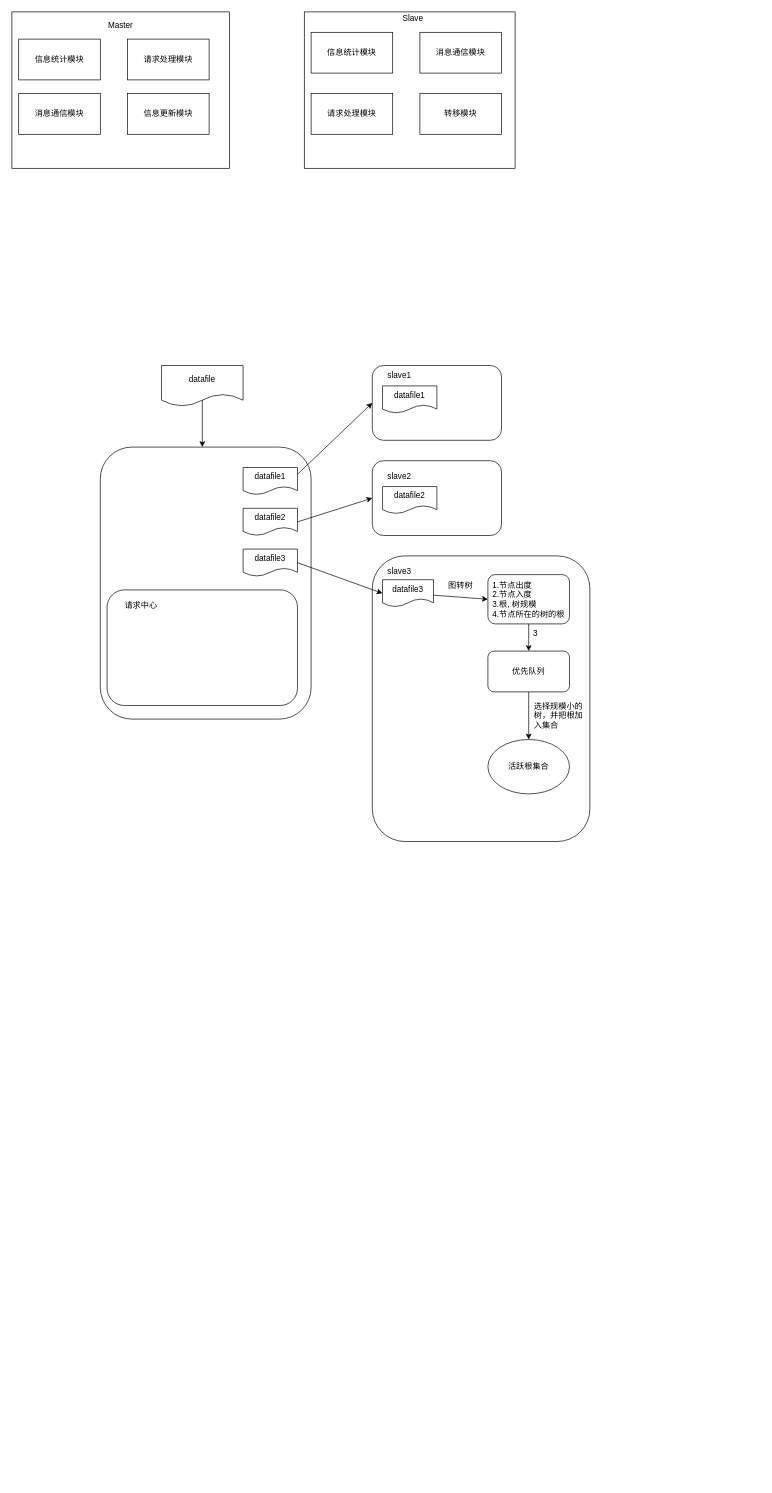
Earlier version of the draw.io diagram 图划分.drawio (ductina/233). Source tidied: cells renumbered, new cells numbered last; positions are measured from the earlier drawing's top-left corner, leaving out a move shared by most shapes. Both pictures are drawn from the tidied source at 68%, with x=0, y=0 at pixel (12, 12).
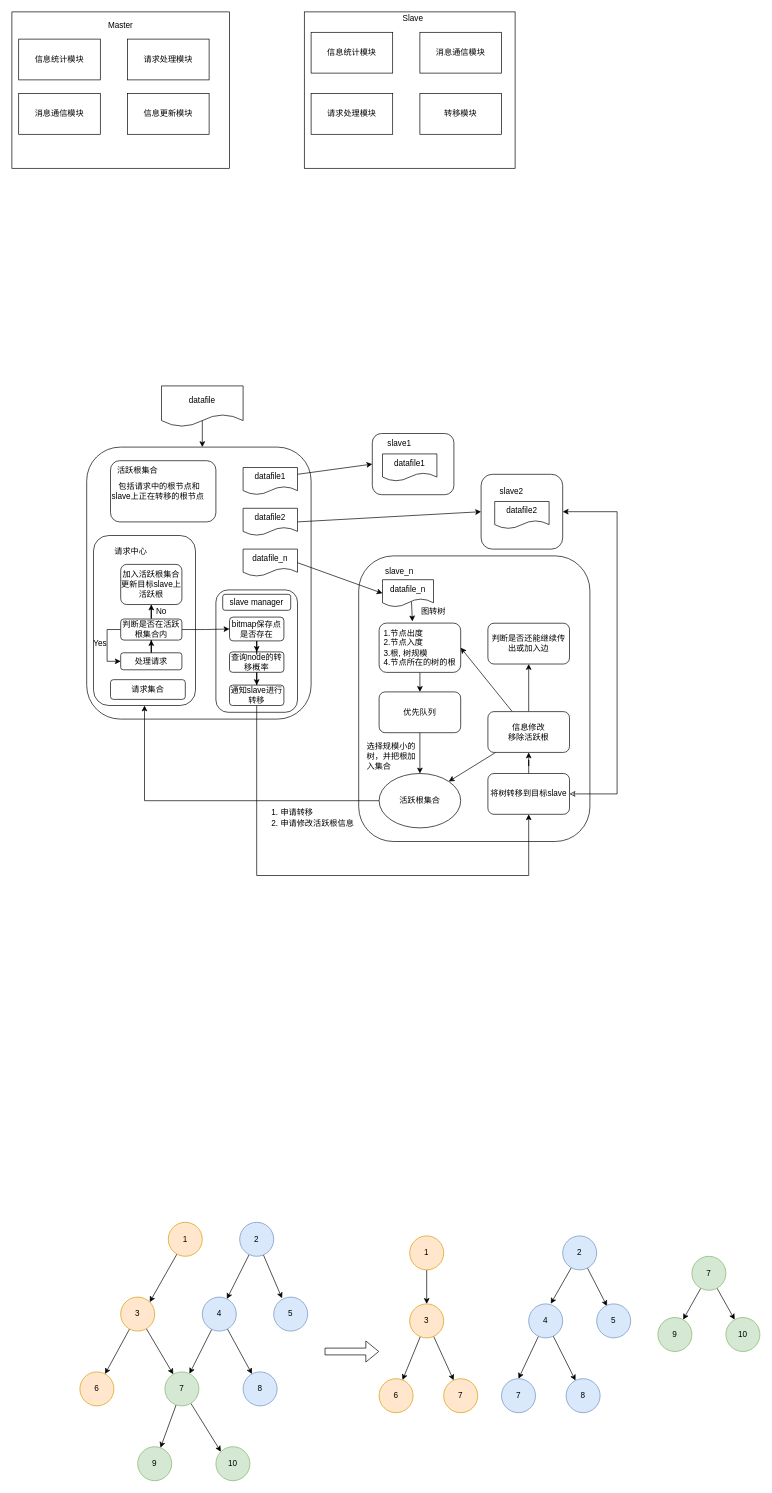
After the change.

What changed in the source:
```diff
@@
     <mxCell id="14" style="rounded=1;whiteSpace=wrap;html=1;" parent="1" vertex="1">
-      <mxGeometry x="130" y="640" width="310" height="400" as="geometry" />
+      <mxGeometry x="110" y="640" width="330" height="400" as="geometry" />
     </mxCell>
@@
     <mxCell id="16" value="datafile" style="shape=document;whiteSpace=wrap;html=1;boundedLbl=1;" parent="1" vertex="1">
-      <mxGeometry x="220" y="520" width="120" height="60" as="geometry" />
+      <mxGeometry x="220" y="550" width="120" height="60" as="geometry" />
     </mxCell>
@@
-    <mxCell id="21" value="datafile3" style="shape=document;whiteSpace=wrap;html=1;boundedLbl=1;" parent="1" vertex="1">
+    <mxCell id="21" value="datafile_n" style="shape=document;whiteSpace=wrap;html=1;boundedLbl=1;" parent="1" vertex="1">
       <mxGeometry x="340" y="790" width="80" height="40" as="geometry" />
     </mxCell>
     <mxCell id="22" style="rounded=1;whiteSpace=wrap;html=1;" parent="1" vertex="1">
-      <mxGeometry x="530" y="520" width="190" height="110" as="geometry" />
+      <mxGeometry x="530" y="620" width="120" height="90" as="geometry" />
     </mxCell>
     <mxCell id="23" value="slave1" style="text;html=1;strokeColor=none;fillColor=none;align=center;verticalAlign=middle;whiteSpace=wrap;rounded=0;" parent="1" vertex="1">
-      <mxGeometry x="540" y="520" width="60" height="30" as="geometry" />
+      <mxGeometry x="540" y="620" width="60" height="30" as="geometry" />
     </mxCell>
     <mxCell id="24" style="rounded=1;whiteSpace=wrap;html=1;" parent="1" vertex="1">
-      <mxGeometry x="530" y="660" width="190" height="110" as="geometry" />
+      <mxGeometry x="690" y="680" width="120" height="110" as="geometry" />
     </mxCell>
     <mxCell id="25" value="slave2" style="text;html=1;strokeColor=none;fillColor=none;align=center;verticalAlign=middle;whiteSpace=wrap;rounded=0;" parent="1" vertex="1">
-      <mxGeometry x="540" y="668" width="60" height="30" as="geometry" />
+      <mxGeometry x="705" y="690" width="60" height="30" as="geometry" />
     </mxCell>
     <mxCell id="26" style="rounded=1;whiteSpace=wrap;html=1;" parent="1" vertex="1">
-      <mxGeometry x="530" y="800" width="320" height="420" as="geometry" />
+      <mxGeometry x="510" y="800" width="340" height="420" as="geometry" />
     </mxCell>
-    <mxCell id="27" value="slave3" style="text;html=1;strokeColor=none;fillColor=none;align=center;verticalAlign=middle;whiteSpace=wrap;rounded=0;" parent="1" vertex="1">
+    <mxCell id="27" value="slave_n" style="text;html=1;strokeColor=none;fillColor=none;align=center;verticalAlign=middle;whiteSpace=wrap;rounded=0;" parent="1" vertex="1">
       <mxGeometry x="540" y="808" width="60" height="30" as="geometry" />
     </mxCell>
     <mxCell id="28" value="datafile1" style="shape=document;whiteSpace=wrap;html=1;boundedLbl=1;" parent="1" vertex="1">
-      <mxGeometry x="545" y="550" width="80" height="40" as="geometry" />
+      <mxGeometry x="545" y="650" width="80" height="40" as="geometry" />
     </mxCell>
     <mxCell id="29" value="datafile2" style="shape=document;whiteSpace=wrap;html=1;boundedLbl=1;" parent="1" vertex="1">
-      <mxGeometry x="545" y="698" width="80" height="40" as="geometry" />
+      <mxGeometry x="710" y="720" width="80" height="40" as="geometry" />
     </mxCell>
-    <mxCell id="30" style="edgeStyle=none;rounded=0;jettySize=auto;html=1;entryX=0;entryY=0.5;entryDx=0;entryDy=0;" parent="1" edge="1" source="31" target="33">
+    <mxCell id="30" style="edgeStyle=none;rounded=0;jettySize=auto;html=1;entryX=0.408;entryY=-0.034;entryDx=0;entryDy=0;entryPerimeter=0;exitX=0.569;exitY=0.81;exitDx=0;exitDy=0;exitPerimeter=0;" parent="1" edge="1" source="31" target="33">
       <mxGeometry relative="1" as="geometry" />
     </mxCell>
-    <mxCell id="31" value="datafile3" style="shape=document;whiteSpace=wrap;html=1;boundedLbl=1;" parent="1" vertex="1">
+    <mxCell id="31" value="datafile_n" style="shape=document;whiteSpace=wrap;html=1;boundedLbl=1;" parent="1" vertex="1">
       <mxGeometry x="545" y="835" width="75" height="40" as="geometry" />
     </mxCell>
@@
     <mxCell id="33" value="&lt;div style=&quot;text-align: left&quot;&gt;&lt;span&gt;1.节点出度&lt;/span&gt;&lt;/div&gt;&lt;span&gt;&lt;div style=&quot;text-align: left&quot;&gt;&lt;span&gt;2.节点入度&lt;/span&gt;&lt;/div&gt;&lt;/span&gt;&lt;div style=&quot;text-align: left&quot;&gt;&lt;span&gt;3.根, 树规模&lt;/span&gt;&lt;/div&gt;&lt;div style=&quot;text-align: left&quot;&gt;&lt;span&gt;4.节点所在的树的根&lt;/span&gt;&lt;/div&gt;" style="rounded=1;whiteSpace=wrap;html=1;" parent="1" vertex="1">
-      <mxGeometry x="700" y="827.5" width="120" height="72.5" as="geometry" />
+      <mxGeometry x="540" y="898.8" width="120" height="72.5" as="geometry" />
     </mxCell>
     <mxCell id="34" value="图转树" style="text;html=1;strokeColor=none;fillColor=none;align=center;verticalAlign=middle;whiteSpace=wrap;rounded=0;" parent="1" vertex="1">
-      <mxGeometry x="630" y="828" width="60" height="30" as="geometry" />
+      <mxGeometry x="590" y="866.5" width="60" height="30" as="geometry" />
     </mxCell>
+    <mxCell id="43" style="edgeStyle=orthogonalEdgeStyle;rounded=0;jettySize=auto;html=1;entryX=0.5;entryY=1;entryDx=0;entryDy=0;" parent="1" edge="1" source="35" target="41">
+      <mxGeometry relative="1" as="geometry" />
+    </mxCell>
     <mxCell id="35" value="活跃根集合" style="ellipse;whiteSpace=wrap;html=1;" parent="1" vertex="1">
-      <mxGeometry x="700" y="1070" width="120" height="80" as="geometry" />
+      <mxGeometry x="540" y="1120" width="120" height="80" as="geometry" />
     </mxCell>
@@
     <mxCell id="37" value="优先队列" style="rounded=1;whiteSpace=wrap;html=1;" parent="1" vertex="1">
-      <mxGeometry x="700" y="940" width="120" height="60" as="geometry" />
+      <mxGeometry x="540" y="1000" width="120" height="60" as="geometry" />
     </mxCell>
-    <mxCell id="38" value="3" style="text;html=1;strokeColor=none;fillColor=none;align=center;verticalAlign=middle;whiteSpace=wrap;rounded=0;" parent="1" vertex="1">
-      <mxGeometry x="740" y="900" width="60" height="30" as="geometry" />
-    </mxCell>
     <mxCell id="39" value="选择规模小的树，并把根加入集合" style="text;html=1;strokeColor=none;fillColor=none;align=left;verticalAlign=middle;whiteSpace=wrap;rounded=0;" parent="1" vertex="1">
-      <mxGeometry x="766" y="1020" width="80" height="30" as="geometry" />
+      <mxGeometry x="520" y="1080" width="80" height="30" as="geometry" />
     </mxCell>
@@
     <mxCell id="41" style="rounded=1;whiteSpace=wrap;html=1;" parent="1" vertex="1">
-      <mxGeometry x="140" y="850" width="280" height="170" as="geometry" />
+      <mxGeometry x="120" y="770" width="150" height="250" as="geometry" />
     </mxCell>
     <mxCell id="42" value="请求中心" style="text;html=1;strokeColor=none;fillColor=none;align=center;verticalAlign=middle;whiteSpace=wrap;rounded=0;" parent="1" vertex="1">
-      <mxGeometry x="160" y="858" width="60" height="30" as="geometry" />
+      <mxGeometry x="145" y="778" width="60" height="30" as="geometry" />
     </mxCell>
+    <mxCell id="44" value="1. 申请转移&lt;br&gt;2. 申请修改活跃根信息" style="text;html=1;strokeColor=none;fillColor=none;align=left;verticalAlign=middle;whiteSpace=wrap;rounded=0;" parent="1" vertex="1">
+      <mxGeometry x="380" y="1170" width="130" height="30" as="geometry" />
+    </mxCell>
+    <mxCell id="45" style="edgeStyle=orthogonalEdgeStyle;rounded=0;jettySize=auto;html=1;entryX=0.5;entryY=1;entryDx=0;entryDy=0;" parent="1" edge="1" source="46" target="53">
+      <mxGeometry relative="1" as="geometry" />
+    </mxCell>
+    <mxCell id="46" value="处理请求" style="rounded=1;whiteSpace=wrap;html=1;" parent="1" vertex="1">
+      <mxGeometry x="160" y="942.5" width="90" height="25" as="geometry" />
+    </mxCell>
+    <mxCell id="47" value="&amp;nbsp; &amp;nbsp;包括请求中的根节点和slave上正在转移的根节点" style="rounded=1;whiteSpace=wrap;html=1;align=left;" parent="1" vertex="1">
+      <mxGeometry x="145" y="660" width="155" height="90" as="geometry" />
+    </mxCell>
+    <mxCell id="48" style="rounded=1;whiteSpace=wrap;html=1;" parent="1" vertex="1">
+      <mxGeometry x="300" y="850" width="120" height="180" as="geometry" />
+    </mxCell>
+    <mxCell id="49" value="slave manager" style="rounded=1;whiteSpace=wrap;html=1;" parent="1" vertex="1">
+      <mxGeometry x="310" y="856.5" width="100" height="23.5" as="geometry" />
+    </mxCell>
+    <mxCell id="50" style="edgeStyle=orthogonalEdgeStyle;rounded=0;jettySize=auto;html=1;entryX=0;entryY=0.5;entryDx=0;entryDy=0;" parent="1" edge="1" source="53" target="63">
+      <mxGeometry relative="1" as="geometry" />
+    </mxCell>
+    <mxCell id="51" style="edgeStyle=orthogonalEdgeStyle;rounded=0;jettySize=auto;html=1;" parent="1" edge="1" source="53" target="57">
+      <mxGeometry relative="1" as="geometry" />
+    </mxCell>
+    <mxCell id="52" style="edgeStyle=orthogonalEdgeStyle;rounded=0;jettySize=auto;html=1;entryX=0;entryY=0.5;entryDx=0;entryDy=0;" parent="1" edge="1" source="53" target="46">
+      <mxGeometry relative="1" as="geometry">
+        <Array as="points">
+          <mxPoint x="140" y="908.5" />
+          <mxPoint x="140" y="955.5" />
+        </Array>
+      </mxGeometry>
+    </mxCell>
+    <mxCell id="53" value="判断是否在活跃根集合内" style="rounded=1;whiteSpace=wrap;html=1;" parent="1" vertex="1">
+      <mxGeometry x="160" y="892.8" width="90" height="31" as="geometry" />
+    </mxCell>
+    <mxCell id="54" value="活跃根集合" style="text;html=1;strokeColor=none;fillColor=none;align=center;verticalAlign=middle;whiteSpace=wrap;rounded=0;" parent="1" vertex="1">
+      <mxGeometry x="145" y="660" width="80" height="30" as="geometry" />
+    </mxCell>
+    <mxCell id="55" style="edgeStyle=orthogonalEdgeStyle;rounded=0;jettySize=auto;html=1;entryX=0.5;entryY=0;entryDx=0;entryDy=0;" parent="1" edge="1" source="56" target="61">
+      <mxGeometry relative="1" as="geometry" />
+    </mxCell>
+    <mxCell id="56" value="查询node的转移概率" style="rounded=1;whiteSpace=wrap;html=1;" parent="1" vertex="1">
+      <mxGeometry x="320" y="941.2" width="80" height="30" as="geometry" />
+    </mxCell>
+    <mxCell id="57" value="加入活跃根集合&lt;br&gt;更新目标slave上活跃根" style="rounded=1;whiteSpace=wrap;html=1;" parent="1" vertex="1">
+      <mxGeometry x="160" y="812.5" width="90" height="59" as="geometry" />
+    </mxCell>
+    <mxCell id="58" value="Yes" style="text;html=1;strokeColor=none;fillColor=none;align=center;verticalAlign=middle;whiteSpace=wrap;rounded=0;" parent="1" vertex="1">
+      <mxGeometry x="120" y="923.8" width="20" height="10" as="geometry" />
+    </mxCell>
+    <mxCell id="59" value="No" style="text;html=1;strokeColor=none;fillColor=none;align=center;verticalAlign=middle;whiteSpace=wrap;rounded=0;" parent="1" vertex="1">
+      <mxGeometry x="205" y="871.5" width="30" height="20" as="geometry" />
+    </mxCell>
+    <mxCell id="60" style="edgeStyle=orthogonalEdgeStyle;rounded=0;jettySize=auto;html=1;entryX=0.5;entryY=1;entryDx=0;entryDy=0;" parent="1" edge="1" source="61" target="66">
+      <mxGeometry relative="1" as="geometry">
+        <Array as="points">
+          <mxPoint x="360" y="1270" />
+          <mxPoint x="760" y="1270" />
+        </Array>
+      </mxGeometry>
+    </mxCell>
+    <mxCell id="61" value="通知slave进行转移" style="rounded=1;whiteSpace=wrap;html=1;" parent="1" vertex="1">
+      <mxGeometry x="320" y="990" width="80" height="30" as="geometry" />
+    </mxCell>
+    <mxCell id="62" style="edgeStyle=orthogonalEdgeStyle;rounded=0;jettySize=auto;html=1;entryX=0.5;entryY=0;entryDx=0;entryDy=0;" parent="1" edge="1" source="63" target="56">
+      <mxGeometry relative="1" as="geometry" />
+    </mxCell>
+    <mxCell id="63" value="bitmap保存点是否存在" style="rounded=1;whiteSpace=wrap;html=1;" parent="1" vertex="1">
+      <mxGeometry x="320" y="890" width="80" height="35" as="geometry" />
+    </mxCell>
+    <mxCell id="64" style="edgeStyle=orthogonalEdgeStyle;rounded=0;jettySize=auto;html=1;entryX=0.5;entryY=1;entryDx=0;entryDy=0;" parent="1" edge="1" source="66" target="70">
+      <mxGeometry relative="1" as="geometry" />
+    </mxCell>
+    <mxCell id="65" style="edgeStyle=orthogonalEdgeStyle;rounded=0;jettySize=auto;html=1;entryX=1;entryY=0.5;entryDx=0;entryDy=0;startArrow=classic;startFill=0;" parent="1" edge="1" source="66" target="24">
+      <mxGeometry relative="1" as="geometry">
+        <Array as="points">
+          <mxPoint x="890" y="1150" />
+          <mxPoint x="890" y="735" />
+        </Array>
+      </mxGeometry>
+    </mxCell>
+    <mxCell id="66" value="将树转移到目标slave" style="rounded=1;whiteSpace=wrap;html=1;" parent="1" vertex="1">
+      <mxGeometry x="700" y="1120" width="120" height="60" as="geometry" />
+    </mxCell>
+    <mxCell id="67" style="rounded=0;jettySize=auto;html=1;entryX=1;entryY=0.5;entryDx=0;entryDy=0;" parent="1" edge="1" source="70" target="33">
+      <mxGeometry relative="1" as="geometry" />
+    </mxCell>
+    <mxCell id="68" style="edgeStyle=none;rounded=0;jettySize=auto;html=1;entryX=1;entryY=0;entryDx=0;entryDy=0;" parent="1" edge="1" source="70" target="35">
+      <mxGeometry relative="1" as="geometry" />
+    </mxCell>
+    <mxCell id="69" style="edgeStyle=none;rounded=0;jettySize=auto;html=1;entryX=0.5;entryY=1;entryDx=0;entryDy=0;" parent="1" edge="1" source="70" target="71">
+      <mxGeometry relative="1" as="geometry" />
+    </mxCell>
+    <mxCell id="70" value="信息修改&lt;br&gt;移除活跃根" style="rounded=1;whiteSpace=wrap;html=1;" parent="1" vertex="1">
+      <mxGeometry x="700" y="1029" width="120" height="60" as="geometry" />
+    </mxCell>
+    <mxCell id="71" value="判断是否还能继续传出或加入边" style="rounded=1;whiteSpace=wrap;html=1;" parent="1" vertex="1">
+      <mxGeometry x="700" y="899" width="120" height="60" as="geometry" />
+    </mxCell>
+    <mxCell id="72" value="请求集合" style="rounded=1;whiteSpace=wrap;html=1;" parent="1" vertex="1">
+      <mxGeometry x="145" y="982" width="110" height="29" as="geometry" />
+    </mxCell>
+    <mxCell id="73" value="6" style="ellipse;whiteSpace=wrap;html=1;fillColor=#ffe6cc;strokeColor=#d79b00;" parent="1" vertex="1">
+      <mxGeometry x="540" y="2010" width="50" height="50" as="geometry" />
+    </mxCell>
+    <mxCell id="74" value="10" style="ellipse;whiteSpace=wrap;html=1;fillColor=#d5e8d4;strokeColor=#82b366;" parent="1" vertex="1">
+      <mxGeometry x="300" y="2110" width="50" height="50" as="geometry" />
+    </mxCell>
+    <mxCell id="75" value="9" style="ellipse;whiteSpace=wrap;html=1;fillColor=#d5e8d4;strokeColor=#82b366;" parent="1" vertex="1">
+      <mxGeometry x="185" y="2110" width="50" height="50" as="geometry" />
+    </mxCell>
+    <mxCell id="76" value="7" style="ellipse;whiteSpace=wrap;html=1;fillColor=#ffe6cc;strokeColor=#d79b00;" parent="1" vertex="1">
+      <mxGeometry x="635" y="2010" width="50" height="50" as="geometry" />
+    </mxCell>
+    <mxCell id="77" style="edgeStyle=none;rounded=0;jettySize=auto;html=1;" parent="1" edge="1" source="79" target="73">
+      <mxGeometry relative="1" as="geometry" />
+    </mxCell>
+    <mxCell id="78" style="edgeStyle=none;rounded=0;jettySize=auto;html=1;" parent="1" edge="1" source="79" target="76">
+      <mxGeometry relative="1" as="geometry" />
+    </mxCell>
+    <mxCell id="79" value="3" style="ellipse;whiteSpace=wrap;html=1;fillColor=#ffe6cc;strokeColor=#d79b00;" parent="1" vertex="1">
+      <mxGeometry x="585" y="1900" width="50" height="50" as="geometry" />
+    </mxCell>
+    <mxCell id="80" style="edgeStyle=none;rounded=0;jettySize=auto;html=1;entryX=0.5;entryY=0;entryDx=0;entryDy=0;" parent="1" edge="1" source="81" target="79">
+      <mxGeometry relative="1" as="geometry" />
+    </mxCell>
+    <mxCell id="81" value="1" style="ellipse;whiteSpace=wrap;html=1;fillColor=#ffe6cc;strokeColor=#d79b00;" parent="1" vertex="1">
+      <mxGeometry x="585" y="1800" width="50" height="50" as="geometry" />
+    </mxCell>
+    <mxCell id="82" value="5" style="ellipse;whiteSpace=wrap;html=1;fillColor=#dae8fc;strokeColor=#6c8ebf;" parent="1" vertex="1">
+      <mxGeometry x="385" y="1890" width="50" height="50" as="geometry" />
+    </mxCell>
+    <mxCell id="83" value="6" style="ellipse;whiteSpace=wrap;html=1;fillColor=#ffe6cc;strokeColor=#d79b00;" parent="1" vertex="1">
+      <mxGeometry x="100" y="2000" width="50" height="50" as="geometry" />
+    </mxCell>
+    <mxCell id="84" value="8" style="ellipse;whiteSpace=wrap;html=1;fillColor=#dae8fc;strokeColor=#6c8ebf;" parent="1" vertex="1">
+      <mxGeometry x="340" y="2000" width="50" height="50" as="geometry" />
+    </mxCell>
+    <mxCell id="85" style="edgeStyle=none;rounded=0;jettySize=auto;html=1;" parent="1" edge="1" source="87" target="75">
+      <mxGeometry relative="1" as="geometry" />
+    </mxCell>
+    <mxCell id="86" style="edgeStyle=none;rounded=0;jettySize=auto;html=1;entryX=0;entryY=0;entryDx=0;entryDy=0;" parent="1" edge="1" source="87" target="74">
+      <mxGeometry relative="1" as="geometry" />
+    </mxCell>
+    <mxCell id="87" value="7" style="ellipse;whiteSpace=wrap;html=1;fillColor=#d5e8d4;strokeColor=#82b366;" parent="1" vertex="1">
+      <mxGeometry x="225" y="2000" width="50" height="50" as="geometry" />
+    </mxCell>
+    <mxCell id="88" style="edgeStyle=none;rounded=0;jettySize=auto;html=1;" parent="1" edge="1" source="90" target="87">
+      <mxGeometry relative="1" as="geometry" />
+    </mxCell>
+    <mxCell id="89" style="edgeStyle=none;rounded=0;jettySize=auto;html=1;" parent="1" edge="1" source="90" target="84">
+      <mxGeometry relative="1" as="geometry" />
+    </mxCell>
+    <mxCell id="90" value="4" style="ellipse;whiteSpace=wrap;html=1;fillColor=#dae8fc;strokeColor=#6c8ebf;" parent="1" vertex="1">
+      <mxGeometry x="280" y="1890" width="50" height="50" as="geometry" />
+    </mxCell>
+    <mxCell id="91" style="edgeStyle=none;rounded=0;jettySize=auto;html=1;" parent="1" edge="1" source="93" target="83">
+      <mxGeometry relative="1" as="geometry" />
+    </mxCell>
+    <mxCell id="92" style="edgeStyle=none;rounded=0;jettySize=auto;html=1;" parent="1" edge="1" source="93" target="87">
+      <mxGeometry relative="1" as="geometry" />
+    </mxCell>
+    <mxCell id="93" value="3" style="ellipse;whiteSpace=wrap;html=1;fillColor=#ffe6cc;strokeColor=#d79b00;" parent="1" vertex="1">
+      <mxGeometry x="160" y="1890" width="50" height="50" as="geometry" />
+    </mxCell>
+    <mxCell id="94" style="edgeStyle=none;rounded=0;jettySize=auto;html=1;" parent="1" edge="1" source="96" target="90">
+      <mxGeometry relative="1" as="geometry" />
+    </mxCell>
+    <mxCell id="95" style="edgeStyle=none;rounded=0;jettySize=auto;html=1;entryX=0.245;entryY=0.035;entryDx=0;entryDy=0;entryPerimeter=0;" parent="1" edge="1" source="96" target="82">
+      <mxGeometry relative="1" as="geometry" />
+    </mxCell>
+    <mxCell id="96" value="2" style="ellipse;whiteSpace=wrap;html=1;fillColor=#dae8fc;strokeColor=#6c8ebf;" parent="1" vertex="1">
+      <mxGeometry x="335" y="1780" width="50" height="50" as="geometry" />
+    </mxCell>
+    <mxCell id="97" style="edgeStyle=none;rounded=0;jettySize=auto;html=1;entryX=1;entryY=0;entryDx=0;entryDy=0;" parent="1" edge="1" source="98" target="93">
+      <mxGeometry relative="1" as="geometry" />
+    </mxCell>
+    <mxCell id="98" value="1" style="ellipse;whiteSpace=wrap;html=1;fillColor=#ffe6cc;strokeColor=#d79b00;" parent="1" vertex="1">
+      <mxGeometry x="230" y="1780" width="50" height="50" as="geometry" />
+    </mxCell>
+    <mxCell id="99" style="edgeStyle=none;rounded=0;jettySize=auto;html=1;entryX=0.5;entryY=0;entryDx=0;entryDy=0;" parent="1" edge="1" source="101" target="107">
+      <mxGeometry relative="1" as="geometry" />
+    </mxCell>
+    <mxCell id="100" style="edgeStyle=none;rounded=0;jettySize=auto;html=1;" parent="1" edge="1" source="101" target="102">
+      <mxGeometry relative="1" as="geometry" />
+    </mxCell>
+    <mxCell id="101" value="4" style="ellipse;whiteSpace=wrap;html=1;fillColor=#dae8fc;strokeColor=#6c8ebf;" parent="1" vertex="1">
+      <mxGeometry x="760" y="1900" width="50" height="50" as="geometry" />
+    </mxCell>
+    <mxCell id="102" value="8" style="ellipse;whiteSpace=wrap;html=1;fillColor=#dae8fc;strokeColor=#6c8ebf;" parent="1" vertex="1">
+      <mxGeometry x="815" y="2010" width="50" height="50" as="geometry" />
+    </mxCell>
+    <mxCell id="103" style="edgeStyle=none;rounded=0;jettySize=auto;html=1;entryX=0.65;entryY=-0.005;entryDx=0;entryDy=0;entryPerimeter=0;" parent="1" edge="1" source="105" target="101">
+      <mxGeometry relative="1" as="geometry" />
+    </mxCell>
+    <mxCell id="104" style="edgeStyle=none;rounded=0;jettySize=auto;html=1;entryX=0.303;entryY=0.064;entryDx=0;entryDy=0;entryPerimeter=0;" parent="1" edge="1" source="105" target="106">
+      <mxGeometry relative="1" as="geometry" />
+    </mxCell>
+    <mxCell id="105" value="2" style="ellipse;whiteSpace=wrap;html=1;fillColor=#dae8fc;strokeColor=#6c8ebf;" parent="1" vertex="1">
+      <mxGeometry x="810" y="1800" width="50" height="50" as="geometry" />
+    </mxCell>
+    <mxCell id="106" value="5" style="ellipse;whiteSpace=wrap;html=1;fillColor=#dae8fc;strokeColor=#6c8ebf;" parent="1" vertex="1">
+      <mxGeometry x="860" y="1900" width="50" height="50" as="geometry" />
+    </mxCell>
+    <mxCell id="107" value="7" style="ellipse;whiteSpace=wrap;html=1;fillColor=#dae8fc;strokeColor=#6c8ebf;" parent="1" vertex="1">
+      <mxGeometry x="720" y="2010" width="50" height="50" as="geometry" />
+    </mxCell>
+    <mxCell id="108" style="edgeStyle=none;rounded=0;jettySize=auto;html=1;" parent="1" edge="1" source="110" target="111">
+      <mxGeometry relative="1" as="geometry" />
+    </mxCell>
+    <mxCell id="109" style="edgeStyle=none;rounded=0;jettySize=auto;html=1;" parent="1" edge="1" source="110" target="112">
+      <mxGeometry relative="1" as="geometry" />
+    </mxCell>
+    <mxCell id="110" value="7" style="ellipse;whiteSpace=wrap;html=1;fillColor=#d5e8d4;strokeColor=#82b366;" parent="1" vertex="1">
+      <mxGeometry x="1000" y="1830" width="50" height="50" as="geometry" />
+    </mxCell>
+    <mxCell id="111" value="9" style="ellipse;whiteSpace=wrap;html=1;fillColor=#d5e8d4;strokeColor=#82b366;" parent="1" vertex="1">
+      <mxGeometry x="950" y="1920" width="50" height="50" as="geometry" />
+    </mxCell>
+    <mxCell id="112" value="10" style="ellipse;whiteSpace=wrap;html=1;fillColor=#d5e8d4;strokeColor=#82b366;" parent="1" vertex="1">
+      <mxGeometry x="1050" y="1920" width="50" height="50" as="geometry" />
+    </mxCell>
+    <mxCell id="113" style="shape=flexArrow;endArrow=classic;html=1;rounded=0;" parent="1" edge="1">
+      <mxGeometry relative="1" as="geometry">
+        <mxPoint x="460" y="1970" as="sourcePoint" />
+        <mxPoint x="540" y="1970" as="targetPoint" />
+      </mxGeometry>
+    </mxCell>
```
